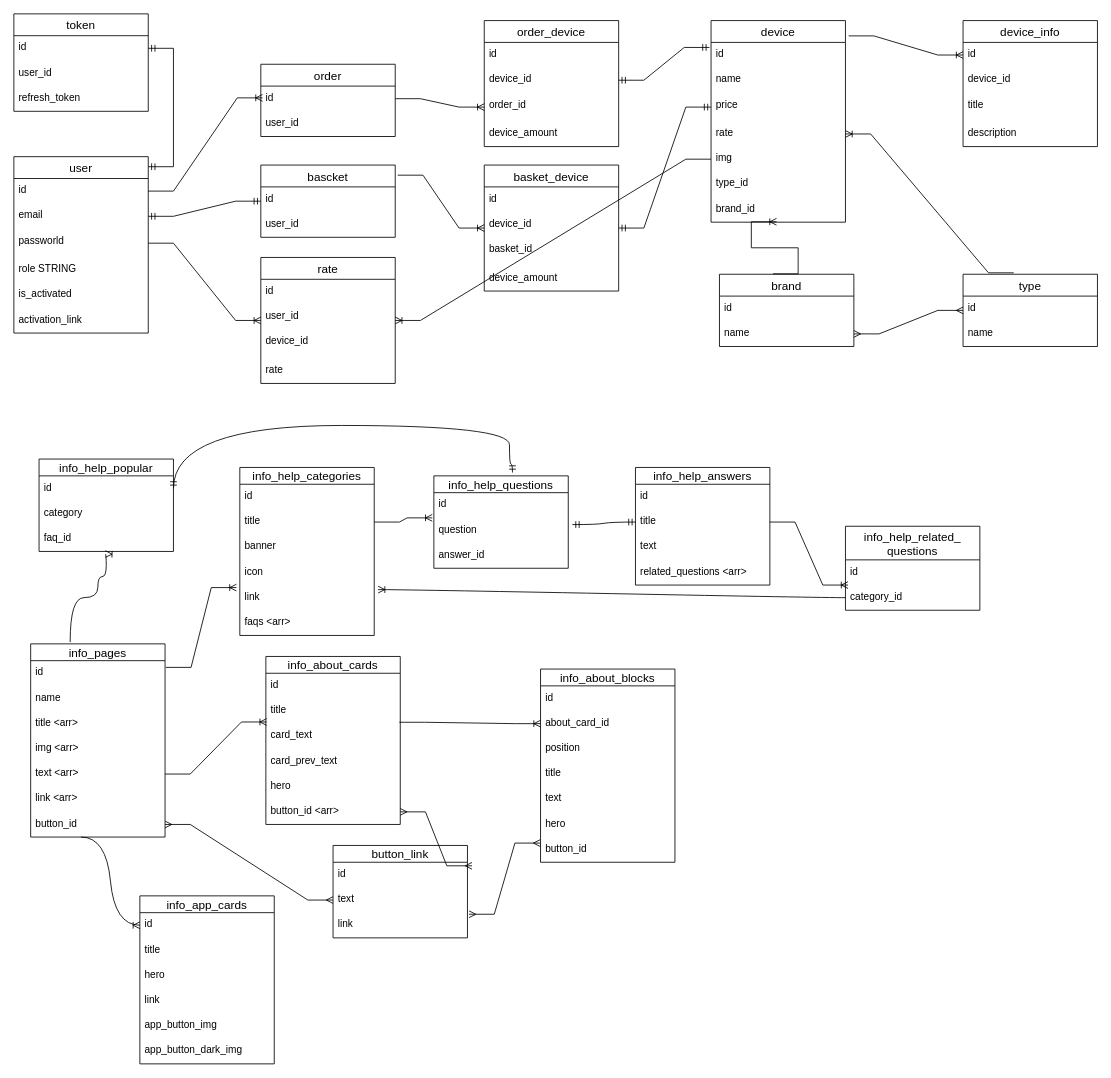
The draw.io diagram server/models/db_diagram.drawio in zaxel/react_simple_shop, before the edit. Source tidied: cells renumbered, new cells numbered last; positions are measured from the earlier drawing's top-left corner, leaving out a move shared by most shapes. Both pictures are drawn from the tidied source at 84%, with x=0, y=0 at pixel (13, 13).
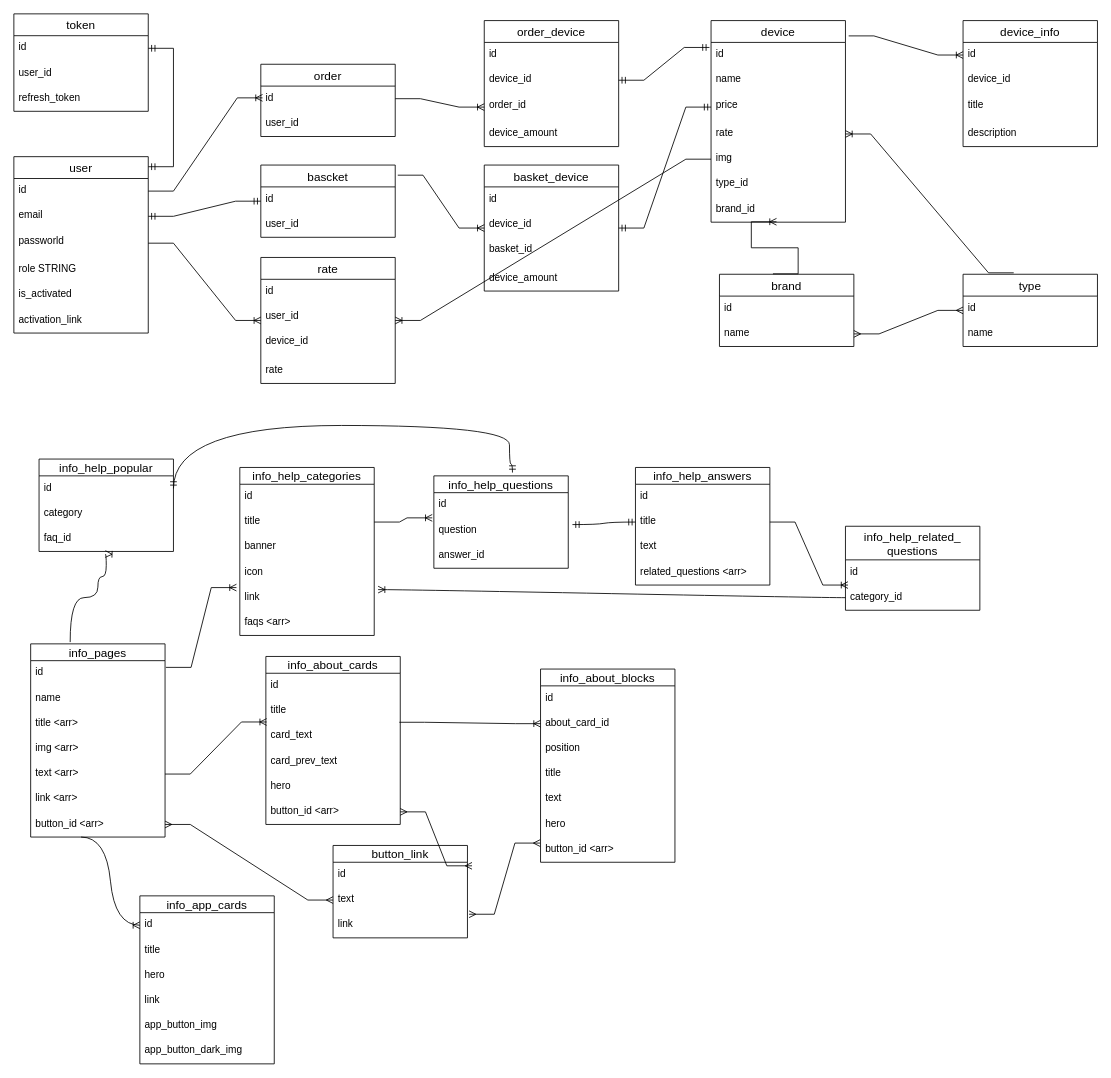
After the change.

Commit message:
unimportant correct db modeles graph.

Unchanged cells that the change refers to:
```xml
<mxCell id="66" value="info_pages" style="swimlane;fontStyle=0;horizontal=1;startSize=20;align=center;fontSize=14;" parent="1" vertex="1">
  <mxGeometry x="20" y="750" width="160" height="230" as="geometry" />
</mxCell>
<mxCell id="122" value="info_about_blocks" style="swimlane;fontStyle=0;horizontal=1;startSize=20;align=center;fontSize=14;" parent="1" vertex="1">
  <mxGeometry x="627" y="780" width="160" height="230" as="geometry" />
</mxCell>
```

Change to the diagram source:
```diff
@@
-    <mxCell id="73" value="button_id" style="text;strokeColor=none;fillColor=none;spacingLeft=4;spacingRight=4;overflow=hidden;points=[[0,0.5],[1,0.5]];portConstraint=eastwest;fontSize=12;" parent="66" vertex="1">
+    <mxCell id="73" value="button_id &lt;arr&gt;" style="text;strokeColor=none;fillColor=none;spacingLeft=4;spacingRight=4;overflow=hidden;points=[[0,0.5],[1,0.5]];portConstraint=eastwest;fontSize=12;" parent="66" vertex="1">
       <mxGeometry y="200" width="160" height="30" as="geometry" />
     </mxCell>
@@
-    <mxCell id="129" value="button_id" style="text;strokeColor=none;fillColor=none;spacingLeft=4;spacingRight=4;overflow=hidden;points=[[0,0.5],[1,0.5]];portConstraint=eastwest;fontSize=12;" parent="122" vertex="1">
+    <mxCell id="129" value="button_id &lt;arr&gt;" style="text;strokeColor=none;fillColor=none;spacingLeft=4;spacingRight=4;overflow=hidden;points=[[0,0.5],[1,0.5]];portConstraint=eastwest;fontSize=12;" parent="122" vertex="1">
       <mxGeometry y="200" width="160" height="30" as="geometry" />
     </mxCell>
```
